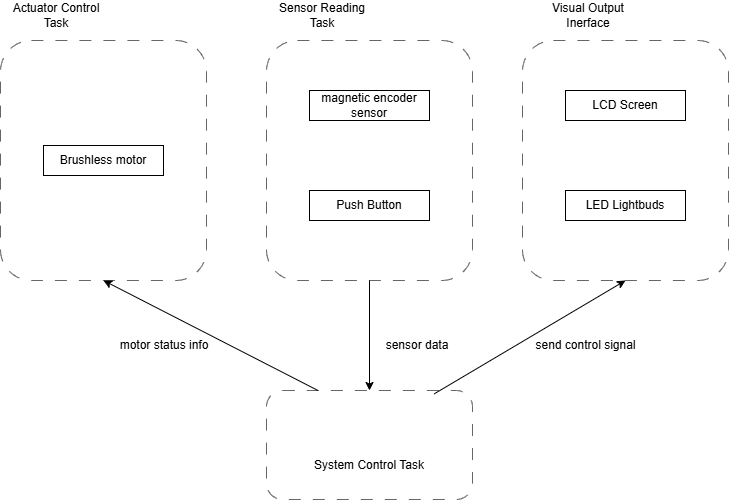
Above: 07PT1/07-sys.png in ese5160/final-project-a07g-a14g-t07-studying-team (draw.io), before the change. Source tidied: cells renumbered, new cells last; positions are measured from the earlier drawing's top-left corner, leaving out a move shared by most shapes.
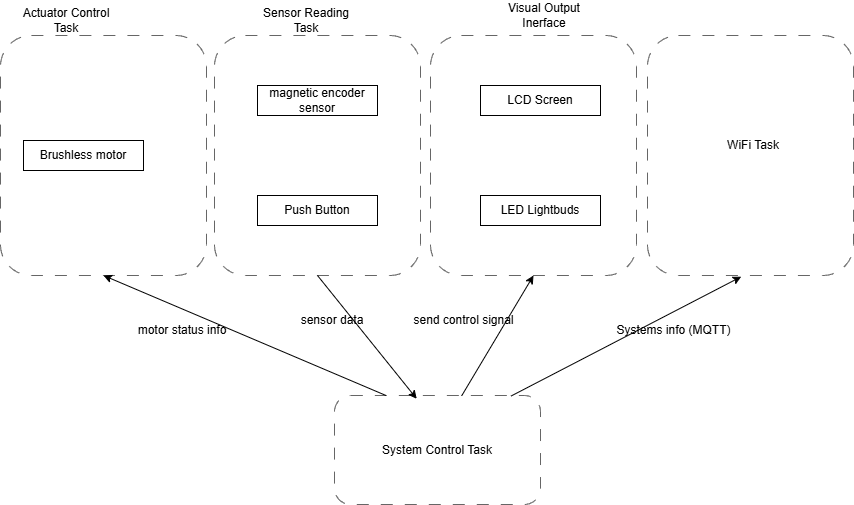
The same file after the commit.

What changed in the source:
```diff
@@ -6,58 +6,70 @@
       <mxGeometry x="266" y="390" width="206" height="109" as="geometry" />
     </mxCell>
     <mxCell id="3" value="System Control Task" style="text;html=1;align=center;verticalAlign=middle;whiteSpace=wrap;rounded=0;" parent="1" vertex="1">
-      <mxGeometry x="309" y="449.5" width="120" height="30" as="geometry" />
+      <mxGeometry x="309" y="429.5" width="120" height="30" as="geometry" />
     </mxCell>
     <mxCell id="4" style="rounded=1;whiteSpace=wrap;html=1;fillColor=#FFFFFF;dashed=1;dashPattern=12 12;fontColor=#333333;strokeColor=#666666;" parent="1" vertex="1">
-      <mxGeometry x="266" y="40" width="206" height="240" as="geometry" />
+      <mxGeometry x="146" y="30" width="206" height="240" as="geometry" />
     </mxCell>
     <mxCell id="5" style="rounded=1;whiteSpace=wrap;html=1;fillColor=#FFFFFF;dashed=1;dashPattern=12 12;fontColor=#333333;strokeColor=#666666;" parent="1" vertex="1">
-      <mxGeometry y="40" width="206" height="240" as="geometry" />
+      <mxGeometry x="-68" y="30" width="206" height="240" as="geometry" />
     </mxCell>
     <mxCell id="6" value="Actuator Control Task" style="text;html=1;align=center;verticalAlign=middle;whiteSpace=wrap;rounded=0;" parent="1" vertex="1">
-      <mxGeometry width="112" height="30" as="geometry" />
+      <mxGeometry x="-58" width="112" height="30" as="geometry" />
     </mxCell>
     <mxCell id="7" value="Sensor Reading Task" style="text;html=1;align=center;verticalAlign=middle;whiteSpace=wrap;rounded=0;" parent="1" vertex="1">
-      <mxGeometry x="266" width="112" height="30" as="geometry" />
+      <mxGeometry x="182" width="112" height="30" as="geometry" />
     </mxCell>
     <mxCell id="8" value="magnetic encoder sensor" style="rounded=0;whiteSpace=wrap;html=1;labelBackgroundColor=none;" parent="1" vertex="1">
-      <mxGeometry x="309" y="90" width="120" height="30" as="geometry" />
+      <mxGeometry x="189" y="80" width="120" height="30" as="geometry" />
     </mxCell>
     <mxCell id="9" value="Push Button" style="rounded=0;whiteSpace=wrap;html=1;labelBackgroundColor=none;" parent="1" vertex="1">
-      <mxGeometry x="309" y="190" width="120" height="30" as="geometry" />
+      <mxGeometry x="189" y="190" width="120" height="30" as="geometry" />
     </mxCell>
-    <mxCell id="10" style="endArrow=classic;html=1;rounded=0;exitX=0.5;exitY=1;exitDx=0;exitDy=0;entryX=0.5;entryY=0;entryDx=0;entryDy=0;" parent="1" edge="1" source="4" target="2">
+    <mxCell id="10" style="endArrow=classic;html=1;rounded=0;exitX=0.5;exitY=1;exitDx=0;exitDy=0;entryX=0.399;entryY=0.03;entryDx=0;entryDy=0;entryPerimeter=0;" parent="1" edge="1" source="4" target="2">
       <mxGeometry relative="1" as="geometry" />
     </mxCell>
     <mxCell id="11" value="sensor data" style="text;html=1;align=center;verticalAlign=middle;whiteSpace=wrap;rounded=0;" parent="1" vertex="1">
-      <mxGeometry x="372" y="330" width="90" height="30" as="geometry" />
+      <mxGeometry x="219" y="300" width="90" height="30" as="geometry" />
     </mxCell>
     <mxCell id="12" value="motor status info" style="text;html=1;align=center;verticalAlign=middle;whiteSpace=wrap;rounded=0;" parent="1" vertex="1">
-      <mxGeometry x="112" y="330" width="104" height="30" as="geometry" />
+      <mxGeometry x="62" y="310" width="104" height="30" as="geometry" />
     </mxCell>
     <mxCell id="13" value="Brushless motor" style="rounded=0;whiteSpace=wrap;html=1;labelBackgroundColor=none;" parent="1" vertex="1">
-      <mxGeometry x="43" y="145" width="120" height="30" as="geometry" />
+      <mxGeometry x="-45" y="135" width="120" height="30" as="geometry" />
     </mxCell>
     <mxCell id="14" style="rounded=1;whiteSpace=wrap;html=1;fillColor=#FFFFFF;dashed=1;dashPattern=12 12;fontColor=#333333;strokeColor=#666666;" parent="1" vertex="1">
-      <mxGeometry x="522" y="40" width="206" height="240" as="geometry" />
+      <mxGeometry x="362" y="30" width="206" height="240" as="geometry" />
     </mxCell>
     <mxCell id="15" value="Visual Output Inerface" style="text;html=1;align=center;verticalAlign=middle;whiteSpace=wrap;rounded=0;" parent="1" vertex="1">
-      <mxGeometry x="532" width="112" height="30" as="geometry" />
+      <mxGeometry x="420" y="-5" width="112" height="30" as="geometry" />
     </mxCell>
-    <mxCell id="16" style="endArrow=classic;html=1;rounded=0;exitX=0.814;exitY=0.031;exitDx=0;exitDy=0;exitPerimeter=0;entryX=0.5;entryY=1;entryDx=0;entryDy=0;" parent="1" edge="1" source="2" target="14">
+    <mxCell id="16" style="endArrow=classic;html=1;rounded=0;exitX=0.617;exitY=0.004;exitDx=0;exitDy=0;exitPerimeter=0;entryX=0.5;entryY=1;entryDx=0;entryDy=0;" parent="1" edge="1" source="2" target="14">
       <mxGeometry relative="1" as="geometry" />
     </mxCell>
     <mxCell id="17" value="LED Lightbuds" style="rounded=0;whiteSpace=wrap;html=1;labelBackgroundColor=none;" parent="1" vertex="1">
-      <mxGeometry x="565" y="190" width="120" height="30" as="geometry" />
+      <mxGeometry x="412" y="190" width="120" height="30" as="geometry" />
     </mxCell>
     <mxCell id="18" value="LCD Screen" style="rounded=0;whiteSpace=wrap;html=1;labelBackgroundColor=none;" parent="1" vertex="1">
-      <mxGeometry x="565" y="90" width="120" height="30" as="geometry" />
+      <mxGeometry x="412" y="80" width="120" height="30" as="geometry" />
     </mxCell>
     <mxCell id="19" value="send control signal" style="text;html=1;align=center;verticalAlign=middle;whiteSpace=wrap;rounded=0;" parent="1" vertex="1">
-      <mxGeometry x="522" y="330" width="127" height="30" as="geometry" />
+      <mxGeometry x="332" y="300" width="127" height="30" as="geometry" />
     </mxCell>
     <mxCell id="20" style="endArrow=classic;html=1;rounded=0;exitX=0.25;exitY=0;exitDx=0;exitDy=0;entryX=0.5;entryY=1;entryDx=0;entryDy=0;" parent="1" edge="1" source="2" target="5">
       <mxGeometry relative="1" as="geometry" />
     </mxCell>
+    <mxCell id="21" style="rounded=1;whiteSpace=wrap;html=1;fillColor=#FFFFFF;dashed=1;dashPattern=12 12;fontColor=#333333;strokeColor=#666666;" parent="1" vertex="1">
+      <mxGeometry x="579" y="30" width="206" height="240" as="geometry" />
+    </mxCell>
+    <mxCell id="22" value="WiFi Task" style="text;html=1;align=center;verticalAlign=middle;whiteSpace=wrap;rounded=0;" parent="1" vertex="1">
+      <mxGeometry x="655" y="125" width="60" height="30" as="geometry" />
+    </mxCell>
+    <mxCell id="23" style="endArrow=classic;html=1;rounded=0;exitX=0.857;exitY=0.005;exitDx=0;exitDy=0;exitPerimeter=0;entryX=0.455;entryY=1.005;entryDx=0;entryDy=0;entryPerimeter=0;" parent="1" edge="1" source="2" target="21">
+      <mxGeometry relative="1" as="geometry" />
+    </mxCell>
+    <mxCell id="24" value="Systems info (MQTT)" style="text;html=1;align=center;verticalAlign=middle;whiteSpace=wrap;rounded=0;" parent="1" vertex="1">
+      <mxGeometry x="542" y="310" width="127" height="30" as="geometry" />
+    </mxCell>
   </root>
 </mxGraphModel>
```
